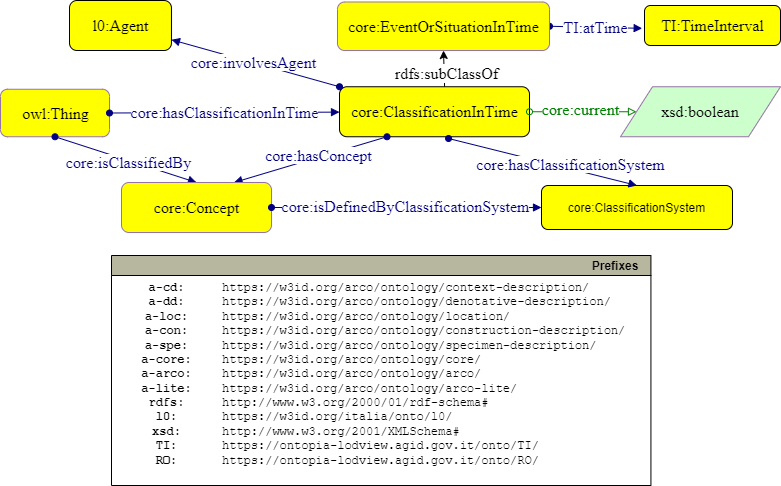
This is ArCo-release/test/2.0/ClassificationInTime/ClassificationInTime-Pattern.png from ICCD-MiBACT/ArCo, a draw.io export, as it was before one commit. Source tidied: cells renumbered, new cells last; positions are measured from the earlier drawing's top-left corner, leaving out a move shared by most shapes.
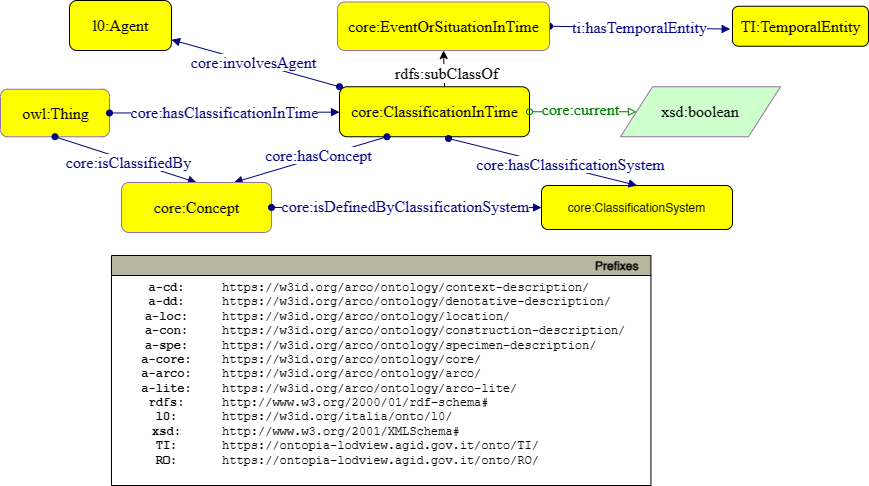
Above is the later version.

Change to the diagram source:
```diff
@@ -30,7 +30,7 @@
     <mxCell id="9" style="graphMlID=e5;rounded=0;endArrow=block;strokeColor=#000080;strokeWidth=1.0;startArrow=oval;startFill=1;endFill=1;entryX=-0.017;entryY=0.571;entryDx=0;entryDy=0;entryPerimeter=0;exitX=1;exitY=0.5;exitDx=0;exitDy=0;" parent="1" edge="1" source="19" target="23">
       <mxGeometry relative="1" as="geometry" />
     </mxCell>
-    <mxCell id="10" value="&lt;span style=&quot;background-color: rgb(255 , 255 , 255)&quot;&gt;TI:atTime&lt;/span&gt;" style="text;html=1;spacing=0;align=center;fontFamily=dialog;fontSize=16;fontStyle=0;fontColor=#000080;" parent="9" vertex="1">
+    <mxCell id="10" value="&lt;span style=&quot;background-color: rgb(255 , 255 , 255)&quot;&gt;ti:hasTemporalEntity&lt;/span&gt;" style="text;html=1;spacing=0;align=center;fontFamily=dialog;fontSize=16;fontStyle=0;fontColor=#000080;" parent="9" vertex="1">
       <mxGeometry width="80" height="22.84" relative="1" as="geometry">
         <mxPoint x="-39.9" y="-14" as="offset" />
       </mxGeometry>
@@ -77,8 +77,8 @@
     <mxCell id="22" value="&lt;font face=&quot;dialog&quot; style=&quot;font-size: 16px&quot;&gt;core:Concept&lt;/font&gt;&lt;font face=&quot;dialog&quot; style=&quot;font-size: 16px&quot;&gt;&lt;br&gt;&lt;/font&gt;" style="graphMlID=n4;shape=rect;rounded=1;arcsize=30;fillColor=#FFFF00;strokeColor=#9673a6;strokeWidth=1.0;fontFamily=Helvetica;fontSize=12;fontColor=#000000;align=center;html=1;" parent="1" vertex="1">
       <mxGeometry x="121" y="182" width="150" height="50" as="geometry" />
     </mxCell>
-    <mxCell id="23" value="&lt;font face=&quot;dialog&quot; style=&quot;font-size: 16px&quot;&gt;TI:TimeInterval&lt;/font&gt;&lt;font face=&quot;dialog&quot; style=&quot;font-size: 16px&quot;&gt;&lt;br&gt;&lt;/font&gt;" style="graphMlID=n4;shape=rect;rounded=1;arcsize=30;fillColor=#FFFF00;strokeColor=#000000;strokeWidth=1.0;fontFamily=Helvetica;fontSize=12;fontColor=#000000;align=center;html=1;" parent="1" vertex="1">
-      <mxGeometry x="644" y="5" width="136" height="40" as="geometry" />
+    <mxCell id="23" value="&lt;font face=&quot;dialog&quot; style=&quot;font-size: 16px&quot;&gt;TI:TemporalEntity&lt;/font&gt;&lt;font face=&quot;dialog&quot; style=&quot;font-size: 16px&quot;&gt;&lt;br&gt;&lt;/font&gt;" style="graphMlID=n4;shape=rect;rounded=1;arcsize=30;fillColor=#FFFF00;strokeColor=#000000;strokeWidth=1.0;fontFamily=Helvetica;fontSize=12;fontColor=#000000;align=center;html=1;" parent="1" vertex="1">
+      <mxGeometry x="732" y="5.8" width="136" height="40" as="geometry" />
     </mxCell>
     <mxCell id="24" style="graphMlID=e0;rounded=0;endArrow=block;strokeColor=#000080;strokeWidth=1.0;startArrow=oval;startFill=1;endFill=1;exitX=1;exitY=0.5;exitDx=0;exitDy=0;" parent="1" edge="1" source="22" target="26">
       <mxGeometry relative="1" as="geometry" />
```
